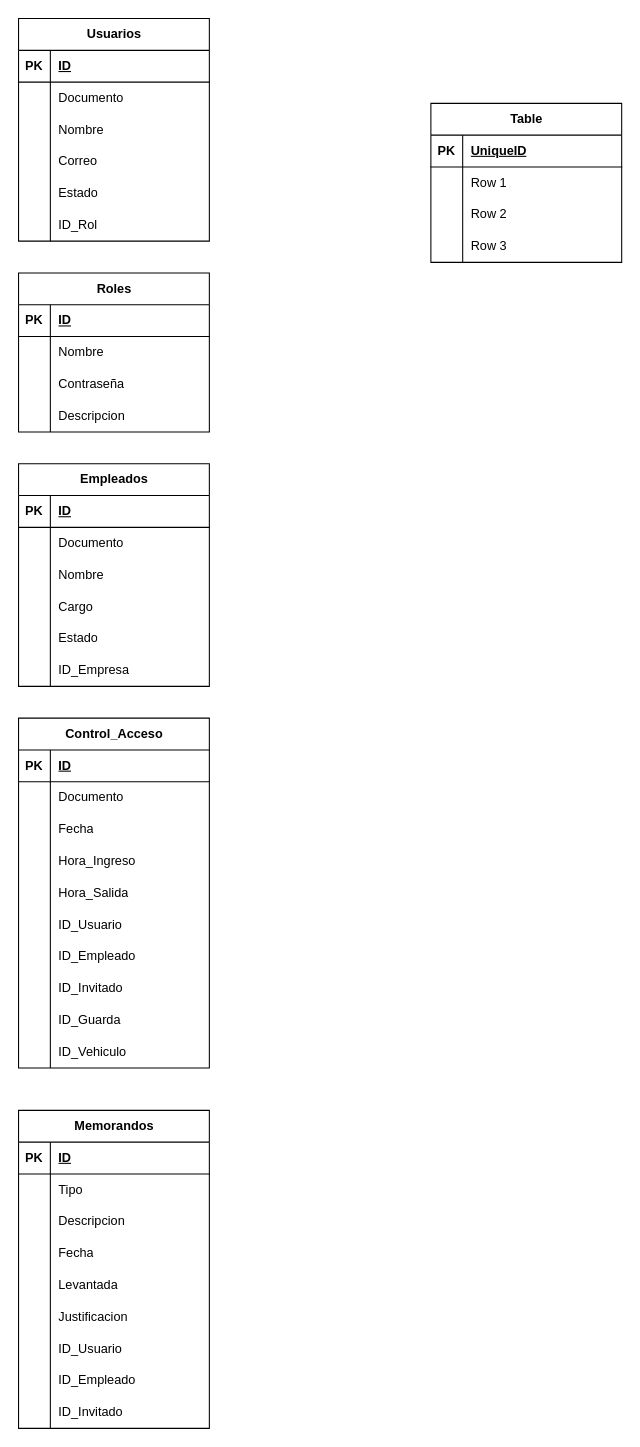
Above: Diagrama de Diseño Relacional ACME.drawio in MichelAdrianTorradoRoa/SISTEMA_DE_CONTROL_DE_ACCESO_PARA_EL_COMPLEJO_EMPRESARIAL_ZONA_ACME (draw.io), before the change. Source tidied: cells renumbered, new cells numbered last; positions are measured from the earlier drawing's top-left corner, leaving out a move shared by most shapes. Both pictures are drawn from the tidied source at 106%, with x=0, y=0 at pixel (18, 18).
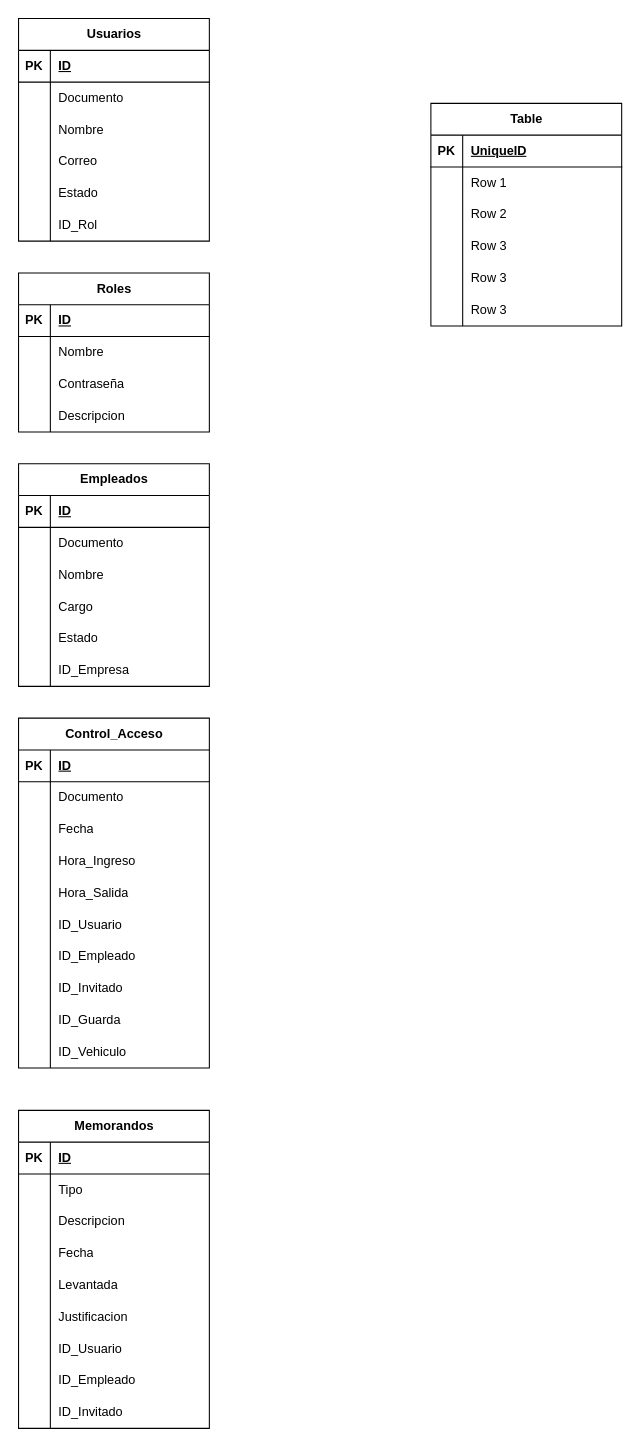
The same diagram, later.

What changed in the source:
```diff
@@
     <mxCell id="21" value="Table" style="shape=table;startSize=30;childLayout=tableLayout;rowLines=0;fontStyle=1;align=center;html=1;" parent="1" vertex="1">
-      <mxGeometry x="389" y="80" width="180" height="150" as="geometry" />
+      <mxGeometry x="389" y="80" width="180" height="210" as="geometry" />
     </mxCell>
@@
+    <mxCell id="125" style="shape=tableRow;horizontal=0;startSize=0;swimlaneHead=0;swimlaneBody=0;fillColor=none;top=0;left=0;right=0;bottom=0;" parent="21" vertex="1">
+      <mxGeometry y="150" width="180" height="30" as="geometry" />
+    </mxCell>
+    <mxCell id="126" style="shape=partialRectangle;fillColor=none;top=0;left=0;bottom=0;right=0;overflow=hidden;whiteSpace=wrap;html=1;" parent="125" vertex="1">
+      <mxGeometry width="30" height="30" as="geometry" />
+    </mxCell>
+    <mxCell id="127" value="Row 3" style="shape=partialRectangle;fillColor=none;top=0;left=0;bottom=0;right=0;align=left;spacingLeft=6;overflow=hidden;whiteSpace=wrap;html=1;" parent="125" vertex="1">
+      <mxGeometry x="30" width="150" height="30" as="geometry" />
+    </mxCell>
+    <mxCell id="128" style="shape=tableRow;horizontal=0;startSize=0;swimlaneHead=0;swimlaneBody=0;fillColor=none;top=0;left=0;right=0;bottom=0;" parent="21" vertex="1">
+      <mxGeometry y="180" width="180" height="30" as="geometry" />
+    </mxCell>
+    <mxCell id="129" style="shape=partialRectangle;fillColor=none;top=0;left=0;bottom=0;right=0;overflow=hidden;whiteSpace=wrap;html=1;" parent="128" vertex="1">
+      <mxGeometry width="30" height="30" as="geometry" />
+    </mxCell>
+    <mxCell id="130" value="Row 3" style="shape=partialRectangle;fillColor=none;top=0;left=0;bottom=0;right=0;align=left;spacingLeft=6;overflow=hidden;whiteSpace=wrap;html=1;" parent="128" vertex="1">
+      <mxGeometry x="30" width="150" height="30" as="geometry" />
+    </mxCell>
```
